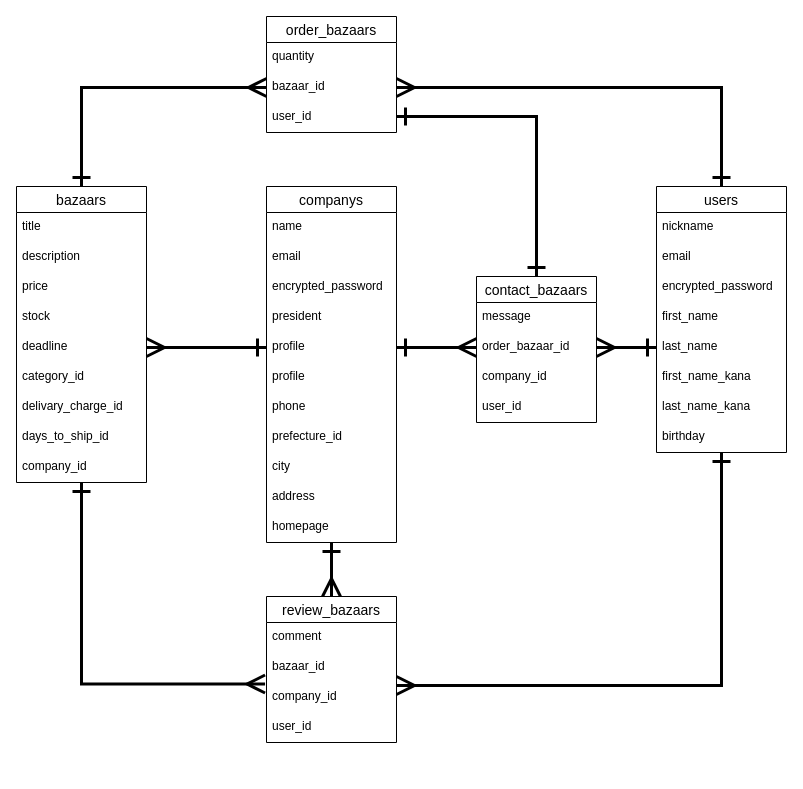
The draw.io diagram DB_ER_Buzaar.dio in Sashimi0343/losstop, before the edit. Source tidied: cells renumbered, new cells numbered last; positions are measured from the earlier drawing's top-left corner, leaving out a move shared by most shapes. Both pictures are drawn from the tidied source at 100%, with x=0, y=0 at pixel (16, 16).
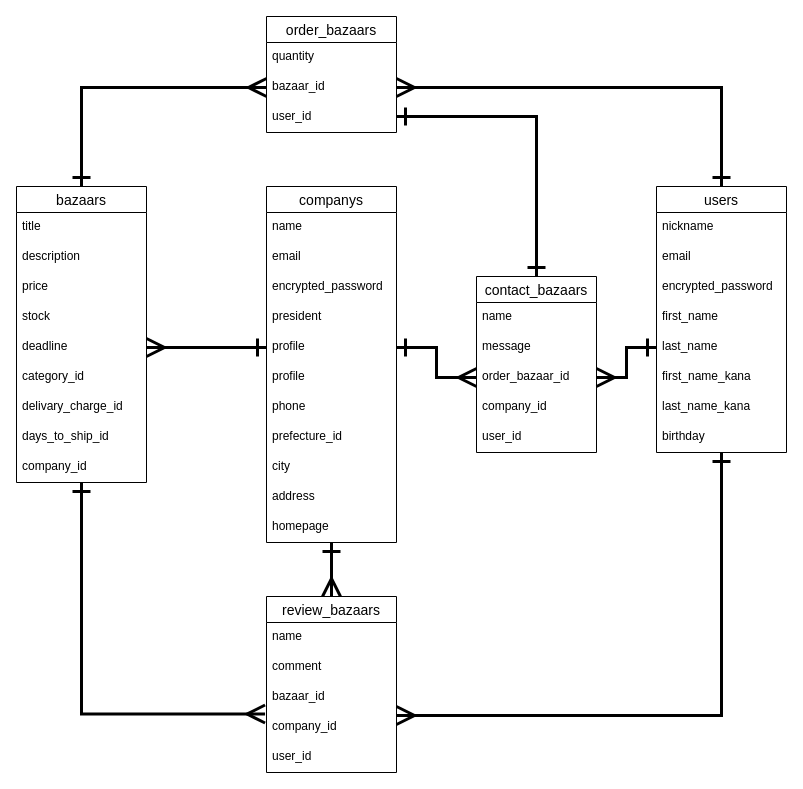
The same diagram, later.

Commit message (it also covers changes not shown here):
README＆ER図　加筆修正

Diff of the diagram source:
```diff
@@
     <mxCell id="15" value="contact_bazaars" style="swimlane;fontStyle=0;horizontal=1;startSize=26;align=center;fontSize=14;" parent="1" vertex="1">
-      <mxGeometry x="460" y="260" width="120" height="146" as="geometry" />
+      <mxGeometry x="460" y="260" width="120" height="176" as="geometry" />
     </mxCell>
+    <mxCell id="56" value="name" style="text;strokeColor=none;fillColor=none;spacingLeft=4;spacingRight=4;overflow=hidden;fontSize=12;" parent="15" vertex="1">
+      <mxGeometry y="26" width="120" height="30" as="geometry" />
+    </mxCell>
     <mxCell id="16" value="message" style="text;strokeColor=none;fillColor=none;spacingLeft=4;spacingRight=4;overflow=hidden;fontSize=12;" parent="15" vertex="1">
-      <mxGeometry y="26" width="120" height="30" as="geometry" />
+      <mxGeometry y="56" width="120" height="30" as="geometry" />
     </mxCell>
     <mxCell id="17" value="order_bazaar_id" style="text;strokeColor=none;fillColor=none;spacingLeft=4;spacingRight=4;overflow=hidden;points=[[0,0.5],[1,0.5]];portConstraint=eastwest;fontSize=12;" parent="15" vertex="1">
-      <mxGeometry y="56" width="120" height="30" as="geometry" />
+      <mxGeometry y="86" width="120" height="30" as="geometry" />
     </mxCell>
     <mxCell id="18" value="company_id" style="text;strokeColor=none;fillColor=none;spacingLeft=4;spacingRight=4;overflow=hidden;fontSize=12;" parent="15" vertex="1">
-      <mxGeometry y="86" width="120" height="30" as="geometry" />
+      <mxGeometry y="116" width="120" height="30" as="geometry" />
     </mxCell>
     <mxCell id="19" value="user_id" style="text;strokeColor=none;fillColor=none;spacingLeft=4;spacingRight=4;overflow=hidden;fontSize=12;" parent="15" vertex="1">
-      <mxGeometry y="116" width="120" height="30" as="geometry" />
+      <mxGeometry y="146" width="120" height="30" as="geometry" />
     </mxCell>
@@
     <mxCell id="31" value="review_bazaars" style="swimlane;fontStyle=0;horizontal=1;startSize=26;align=center;fontSize=14;" parent="1" vertex="1">
-      <mxGeometry x="250" y="580" width="130" height="146" as="geometry" />
+      <mxGeometry x="250" y="580" width="130" height="176" as="geometry" />
     </mxCell>
+    <mxCell id="57" value="name" style="text;strokeColor=none;fillColor=none;spacingLeft=4;spacingRight=4;overflow=hidden;fontSize=12;" parent="31" vertex="1">
+      <mxGeometry y="26" width="130" height="30" as="geometry" />
+    </mxCell>
     <mxCell id="32" value="comment" style="text;strokeColor=none;fillColor=none;spacingLeft=4;spacingRight=4;overflow=hidden;fontSize=12;" parent="31" vertex="1">
-      <mxGeometry y="26" width="130" height="30" as="geometry" />
+      <mxGeometry y="56" width="130" height="30" as="geometry" />
     </mxCell>
     <mxCell id="33" value="bazaar_id" style="text;strokeColor=none;fillColor=none;spacingLeft=4;spacingRight=4;overflow=hidden;fontSize=12;" parent="31" vertex="1">
-      <mxGeometry y="56" width="130" height="30" as="geometry" />
+      <mxGeometry y="86" width="130" height="30" as="geometry" />
     </mxCell>
     <mxCell id="34" value="company_id" style="text;strokeColor=none;fillColor=none;spacingLeft=4;spacingRight=4;overflow=hidden;points=[[0,0.5],[1,0.5]];portConstraint=eastwest;fontSize=12;" parent="31" vertex="1">
-      <mxGeometry y="86" width="130" height="30" as="geometry" />
+      <mxGeometry y="116" width="130" height="30" as="geometry" />
     </mxCell>
     <mxCell id="35" value="user_id" style="text;strokeColor=none;fillColor=none;spacingLeft=4;spacingRight=4;overflow=hidden;fontSize=12;" parent="31" vertex="1">
-      <mxGeometry y="116" width="130" height="30" as="geometry" />
+      <mxGeometry y="146" width="130" height="30" as="geometry" />
     </mxCell>
```
